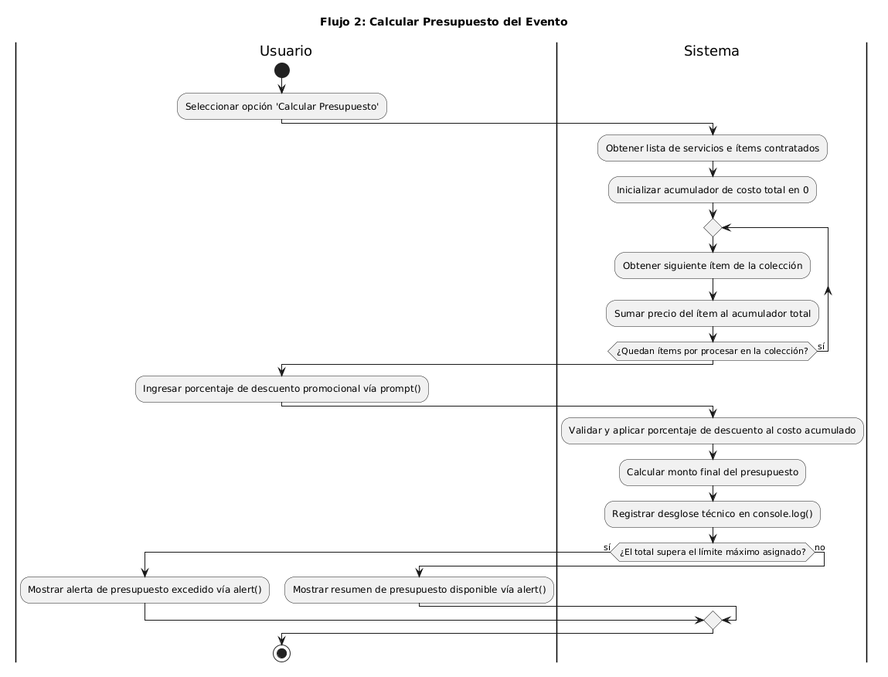
Before: docs/05-diagramas/01-diagrama-de-actividades/actividad-flujo-2-calcular-presupuesto.png, a diagram exported from PlantUML (carolabenvenuto-uces/planit).
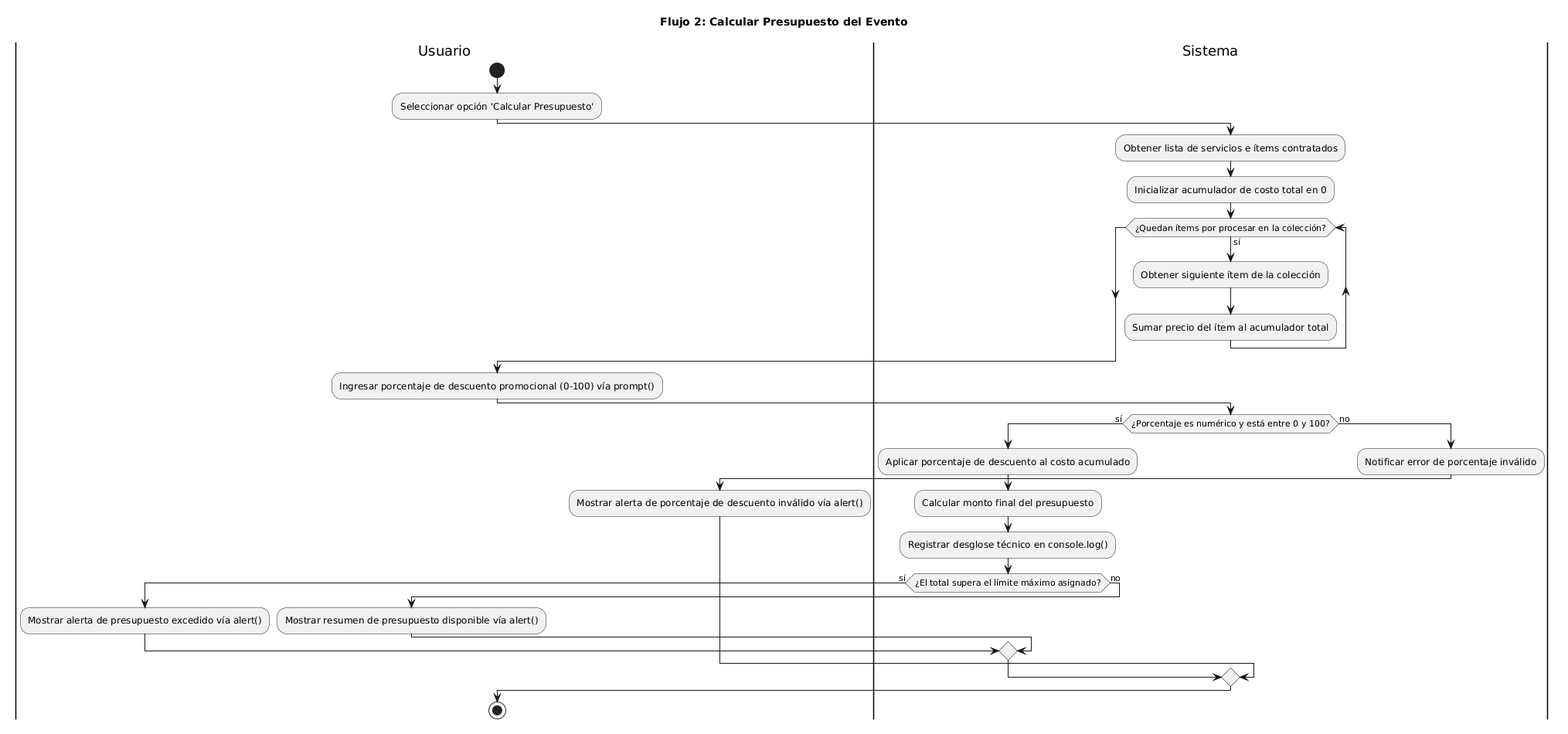
The same file after the commit.

Commit message:
refactor(diagramas): incorpora validaciones, bucles while y tabla de trazabilidad RC-ARQ-10

Diff of the diagram source:
```diff
@@ -9,25 +9,33 @@
 :Obtener lista de servicios e ítems contratados;
 :Inicializar acumulador de costo total en 0;
 
-repeat
+while (¿Quedan ítems por procesar en la colección?) is (sí)
   :Obtener siguiente ítem de la colección;
   :Sumar precio del ítem al acumulador total;
-repeat while (¿Quedan ítems por procesar en la colección?) is (sí)
+endwhile
 
 |Usuario|
-:Ingresar porcentaje de descuento promocional vía prompt();
+:Ingresar porcentaje de descuento promocional (0-100) vía prompt();
 
 |Sistema|
-:Validar y aplicar porcentaje de descuento al costo acumulado;
-:Calcular monto final del presupuesto;
-:Registrar desglose técnico en console.log();
+if (¿Porcentaje es numérico y está entre 0 y 100?) then (sí)
+  :Aplicar porcentaje de descuento al costo acumulado;
+  :Calcular monto final del presupuesto;
+  :Registrar desglose técnico en console.log();
 
-if (¿El total supera el límite máximo asignado?) then (sí)
+  if (¿El total supera el límite máximo asignado?) then (sí)
+    |Usuario|
+    :Mostrar alerta de presupuesto excedido vía alert();
+  else (no)
+    |Usuario|
+    :Mostrar resumen de presupuesto disponible vía alert();
+  endif
+else (no)
+  |Sistema|
+  :Notificar error de porcentaje inválido;
+
   |Usuario|
-  :Mostrar alerta de presupuesto excedido vía alert();
-else (no)
-  |Usuario|
-  :Mostrar resumen de presupuesto disponible vía alert();
+  :Mostrar alerta de porcentaje de descuento inválido vía alert();
 endif
 
 stop
```
